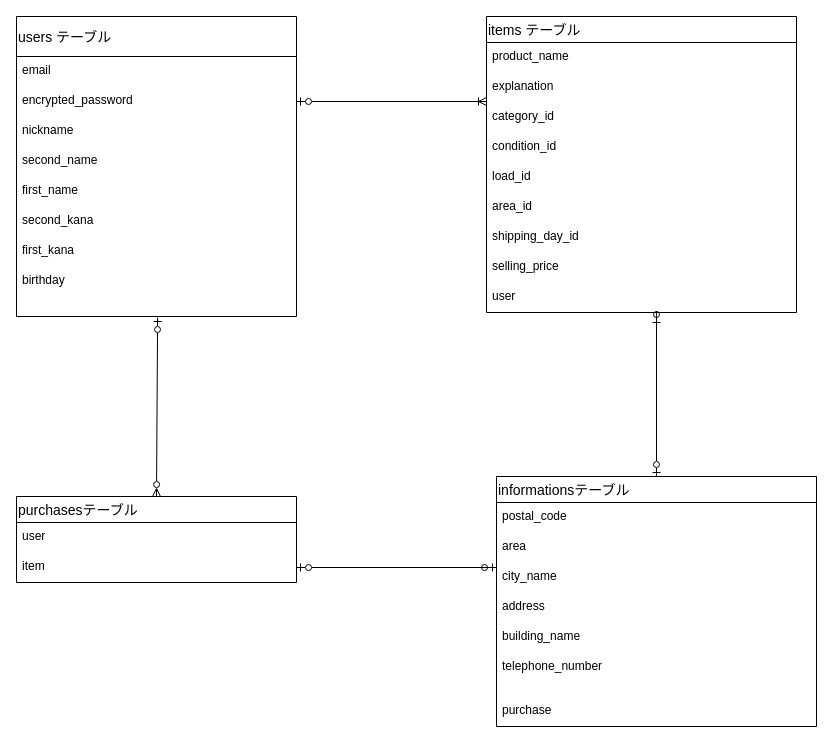
This is furima.dio from shouskee/furima-37764, a draw.io file, before an edit. Source tidied: cells renumbered, new cells numbered last; positions are measured from the earlier drawing's top-left corner, leaving out a move shared by most shapes. Both pictures are drawn from the tidied source at 100%, with x=0, y=0 at pixel (16, 16).
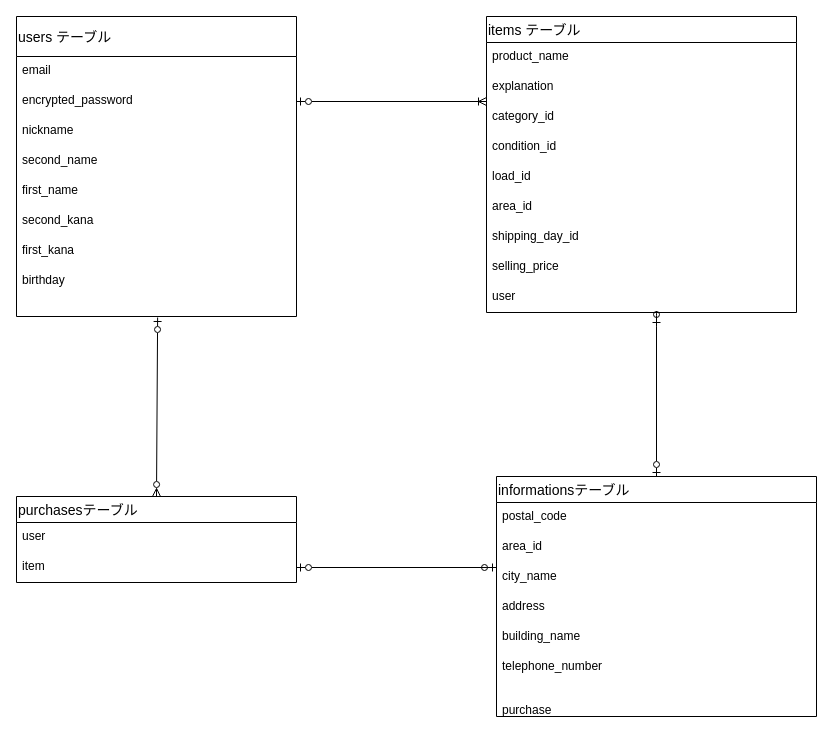
After the change.

What changed in the source:
```diff
@@
     <mxCell id="26" value="informationsテーブル" style="swimlane;fontStyle=0;horizontal=1;startSize=26;align=left;fontSize=14;" parent="1" vertex="1">
-      <mxGeometry x="480" y="460" width="320" height="250" as="geometry" />
+      <mxGeometry x="480" y="460" width="320" height="240" as="geometry" />
     </mxCell>
@@
-    <mxCell id="28" value="area" style="text;strokeColor=none;fillColor=none;spacingLeft=4;spacingRight=4;overflow=hidden;fontSize=12;" parent="26" vertex="1">
+    <mxCell id="28" value="area_id" style="text;strokeColor=none;fillColor=none;spacingLeft=4;spacingRight=4;overflow=hidden;fontSize=12;" parent="26" vertex="1">
       <mxGeometry y="56" width="320" height="30" as="geometry" />
     </mxCell>
@@
     <mxCell id="33" value="purchase" style="text;strokeColor=none;fillColor=none;spacingLeft=4;spacingRight=4;overflow=hidden;fontSize=12;" parent="26" vertex="1">
-      <mxGeometry y="220" width="320" height="30" as="geometry" />
+      <mxGeometry y="220" width="320" height="20" as="geometry" />
     </mxCell>
```
